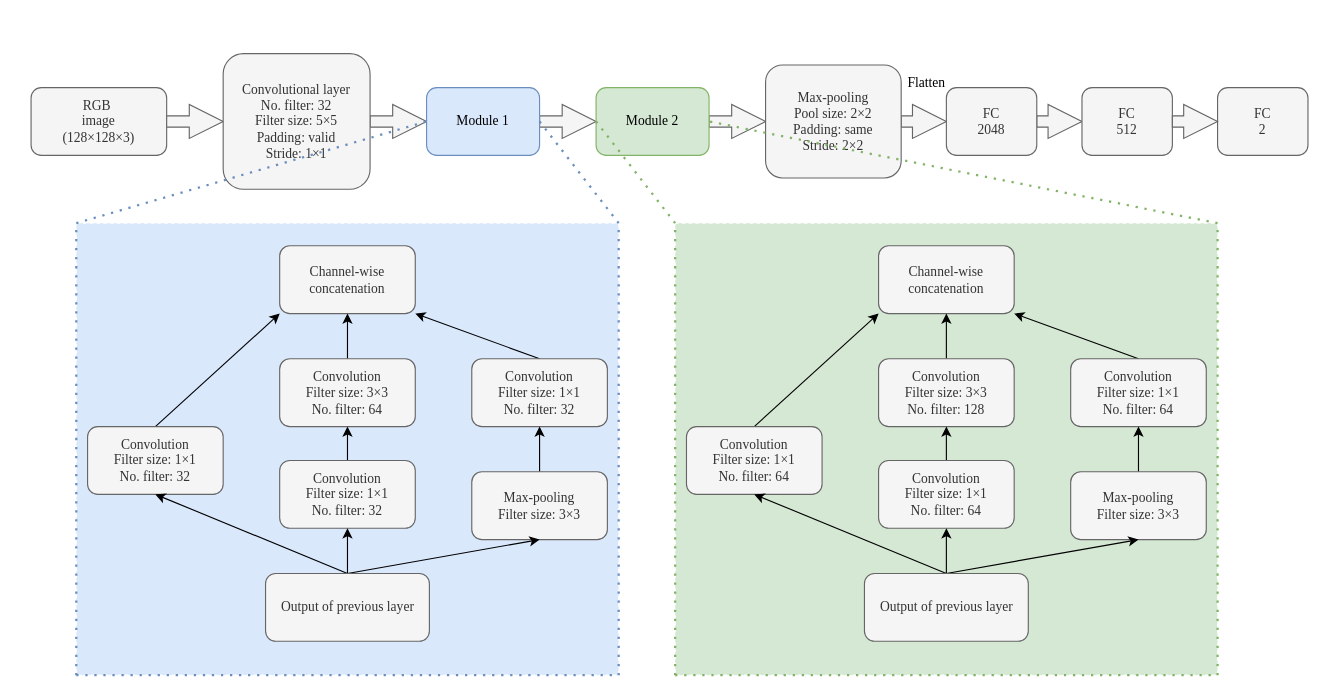
CharmonyShen/text-to-speech keeps this draw.io diagram as cv.drawio. Above is the earlier version. Source tidied: cells renumbered, new cells numbered last; positions are measured from the earlier drawing's top-left corner, leaving out a move shared by most shapes. Both pictures are drawn from the tidied source at 113%, with x=0, y=0 at pixel (31, 53).
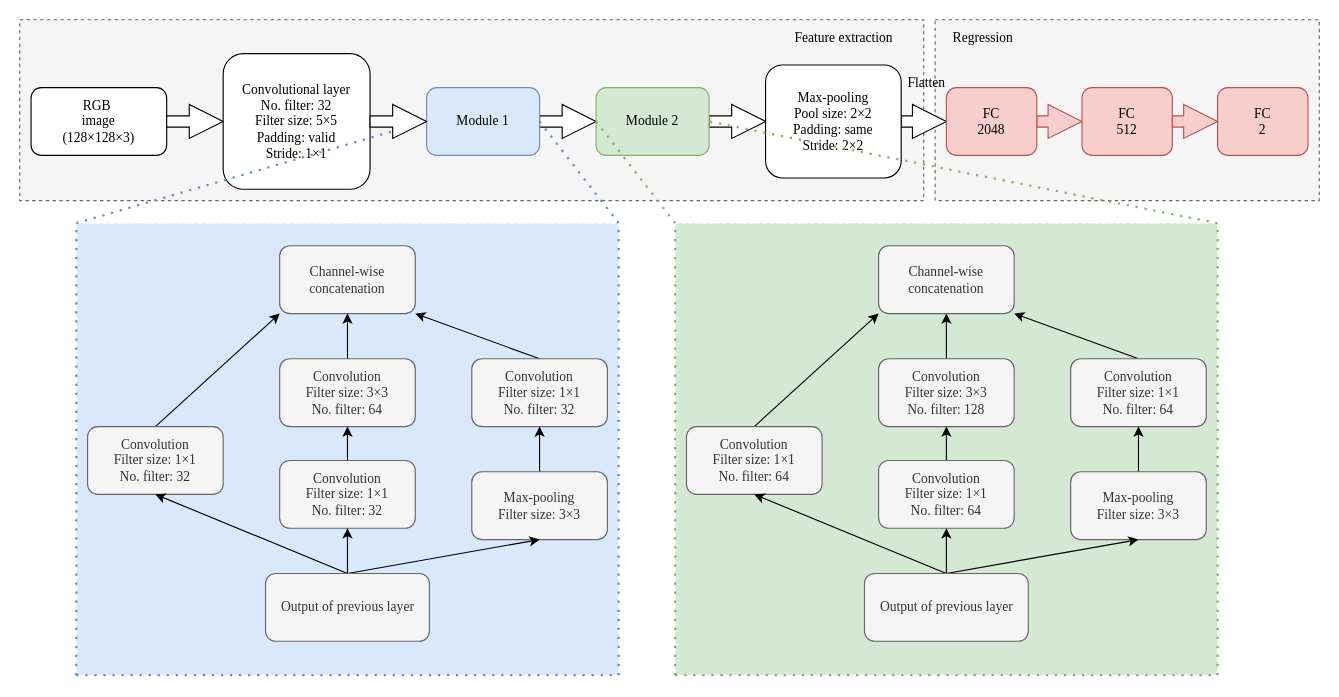
The same page after the edit.

The change refers to these unchanged cells:
```xml
<mxCell id="9" value="Module 1" style="rounded=1;whiteSpace=wrap;html=1;fontFamily=Times New Roman;fillColor=#dae8fc;strokeColor=#6c8ebf;" parent="1" vertex="1">
  <mxGeometry x="350" y="30" width="100" height="60" as="geometry" />
</mxCell>
<mxCell id="11" value="Module 2" style="rounded=1;whiteSpace=wrap;html=1;fontFamily=Times New Roman;fillColor=#d5e8d4;strokeColor=#82b366;" parent="1" vertex="1">
  <mxGeometry x="500" y="30" width="100" height="60" as="geometry" />
</mxCell>
```

Change to the diagram source:
```diff
@@
+    <mxCell id="60" style="rounded=0;whiteSpace=wrap;html=1;dashed=1;fillColor=#f5f5f5;fontColor=#333333;strokeColor=#666666;" parent="1" vertex="1">
+      <mxGeometry x="-10" y="-30" width="800" height="160" as="geometry" />
+    </mxCell>
+    <mxCell id="61" style="rounded=0;whiteSpace=wrap;html=1;dashed=1;fillColor=#f5f5f5;fontColor=#333333;strokeColor=#666666;" parent="1" vertex="1">
+      <mxGeometry x="800" y="-30" width="340" height="160" as="geometry" />
+    </mxCell>
@@
-    <mxCell id="4" value="&lt;font face=&quot;Times New Roman&quot;&gt;RGB&amp;nbsp;&lt;br&gt;image&lt;br&gt;(128×128×3)&lt;/font&gt;" style="rounded=1;whiteSpace=wrap;html=1;fillColor=#f5f5f5;fontColor=#333333;strokeColor=#666666;" parent="1" vertex="1">
+    <mxCell id="4" value="&lt;font face=&quot;Times New Roman&quot;&gt;RGB&amp;nbsp;&lt;br&gt;image&lt;br&gt;(128×128×3)&lt;/font&gt;" style="rounded=1;whiteSpace=wrap;html=1;" parent="1" vertex="1">
       <mxGeometry y="30" width="120" height="60" as="geometry" />
     </mxCell>
-    <mxCell id="5" style="shape=arrow;endArrow=classic;html=1;rounded=0;exitX=1;exitY=0.5;exitDx=0;exitDy=0;fillColor=#f5f5f5;strokeColor=#666666;" parent="1" edge="1" source="4">
+    <mxCell id="5" style="shape=arrow;endArrow=classic;html=1;rounded=0;exitX=1;exitY=0.5;exitDx=0;exitDy=0;fillColor=default;" parent="1" edge="1" source="4">
       <mxGeometry relative="1" as="geometry">
         <mxPoint x="170" y="60" as="targetPoint" />
       </mxGeometry>
     </mxCell>
-    <mxCell id="6" style="edgeStyle=orthogonalEdgeStyle;shape=arrow;rounded=0;jettySize=auto;html=1;exitX=1;exitY=0.5;exitDx=0;exitDy=0;fontFamily=Times New Roman;fillColor=#f5f5f5;strokeColor=#666666;" parent="1" edge="1" source="7">
-      <mxGeometry relative="1" as="geometry">
-        <mxPoint x="350" y="60" as="targetPoint" />
-      </mxGeometry>
-    </mxCell>
-    <mxCell id="7" value="&lt;font face=&quot;Times New Roman&quot;&gt;Convolutional layer&lt;br&gt;No. filter: 32&lt;br&gt;Filter size: 5×5&lt;br&gt;Padding: valid&lt;br&gt;Stride: 1×1&lt;/font&gt;" style="rounded=1;whiteSpace=wrap;html=1;fillColor=#f5f5f5;fontColor=#333333;strokeColor=#666666;" parent="1" vertex="1">
+    <mxCell id="7" value="&lt;font face=&quot;Times New Roman&quot;&gt;Convolutional layer&lt;br&gt;No. filter: 32&lt;br&gt;Filter size: 5×5&lt;br&gt;Padding: valid&lt;br&gt;Stride: 1×1&lt;/font&gt;" style="rounded=1;whiteSpace=wrap;html=1;" parent="1" vertex="1">
       <mxGeometry x="170" width="130" height="120" as="geometry" />
     </mxCell>
-    <mxCell id="8" style="edgeStyle=orthogonalEdgeStyle;shape=arrow;rounded=0;jettySize=auto;html=1;exitX=1;exitY=0.5;exitDx=0;exitDy=0;fontFamily=Times New Roman;fillColor=#f5f5f5;strokeColor=#666666;" parent="1" edge="1" source="9" target="11">
+    <mxCell id="8" style="edgeStyle=orthogonalEdgeStyle;shape=arrow;rounded=0;jettySize=auto;html=1;exitX=1;exitY=0.5;exitDx=0;exitDy=0;fontFamily=Times New Roman;fillColor=default;" parent="1" edge="1" source="9" target="11">
       <mxGeometry relative="1" as="geometry" />
     </mxCell>
@@
-    <mxCell id="10" style="edgeStyle=orthogonalEdgeStyle;shape=arrow;rounded=0;jettySize=auto;html=1;exitX=1;exitY=0.5;exitDx=0;exitDy=0;fontFamily=Times New Roman;fillColor=#f5f5f5;strokeColor=#666666;" parent="1" edge="1" source="11" target="13">
+    <mxCell id="10" style="edgeStyle=orthogonalEdgeStyle;shape=arrow;rounded=0;jettySize=auto;html=1;exitX=1;exitY=0.5;exitDx=0;exitDy=0;fontFamily=Times New Roman;fillColor=default;" parent="1" edge="1" source="11" target="13">
       <mxGeometry relative="1" as="geometry" />
     </mxCell>
@@
-    <mxCell id="12" style="edgeStyle=orthogonalEdgeStyle;shape=arrow;rounded=0;jettySize=auto;html=1;exitX=1;exitY=0.5;exitDx=0;exitDy=0;fontFamily=Times New Roman;fillColor=#f5f5f5;strokeColor=#666666;" parent="1" edge="1" source="13" target="15">
+    <mxCell id="12" style="edgeStyle=orthogonalEdgeStyle;shape=arrow;rounded=0;jettySize=auto;html=1;exitX=1;exitY=0.5;exitDx=0;exitDy=0;fontFamily=Times New Roman;fillColor=default;" parent="1" edge="1" source="13" target="15">
       <mxGeometry relative="1" as="geometry">
         <Array as="points">
           <mxPoint x="810" y="60" />
           <mxPoint x="810" y="60" />
         </Array>
       </mxGeometry>
     </mxCell>
-    <mxCell id="13" value="Max-pooling&lt;br&gt;Pool size: 2×2&lt;br&gt;Padding: same&lt;br&gt;Stride: 2×2" style="rounded=1;whiteSpace=wrap;html=1;fontFamily=Times New Roman;fillColor=#f5f5f5;fontColor=#333333;strokeColor=#666666;" parent="1" vertex="1">
+    <mxCell id="13" value="Max-pooling&lt;br&gt;Pool size: 2×2&lt;br&gt;Padding: same&lt;br&gt;Stride: 2×2" style="rounded=1;whiteSpace=wrap;html=1;fontFamily=Times New Roman;" parent="1" vertex="1">
       <mxGeometry x="650" y="10" width="120" height="100" as="geometry" />
     </mxCell>
-    <mxCell id="14" style="edgeStyle=orthogonalEdgeStyle;shape=arrow;rounded=0;jettySize=auto;html=1;exitX=1;exitY=0.5;exitDx=0;exitDy=0;fontFamily=Times New Roman;entryX=0;entryY=0.5;entryDx=0;entryDy=0;fillColor=#f5f5f5;strokeColor=#666666;" parent="1" edge="1" source="15" target="16">
+    <mxCell id="14" style="edgeStyle=orthogonalEdgeStyle;shape=arrow;rounded=0;jettySize=auto;html=1;exitX=1;exitY=0.5;exitDx=0;exitDy=0;fontFamily=Times New Roman;entryX=0;entryY=0.5;entryDx=0;entryDy=0;fillColor=#f8cecc;strokeColor=#b85450;" parent="1" edge="1" source="15" target="16">
       <mxGeometry relative="1" as="geometry" />
     </mxCell>
-    <mxCell id="15" value="FC&lt;br&gt;2048" style="rounded=1;whiteSpace=wrap;html=1;fontFamily=Times New Roman;fillColor=#f5f5f5;fontColor=#333333;strokeColor=#666666;" parent="1" vertex="1">
+    <mxCell id="15" value="FC&lt;br&gt;2048" style="rounded=1;whiteSpace=wrap;html=1;fontFamily=Times New Roman;fillColor=#f8cecc;strokeColor=#b85450;" parent="1" vertex="1">
       <mxGeometry x="810" y="30" width="80" height="60" as="geometry" />
     </mxCell>
-    <mxCell id="16" value="FC&lt;br&gt;512" style="rounded=1;whiteSpace=wrap;html=1;fontFamily=Times New Roman;fillColor=#f5f5f5;fontColor=#333333;strokeColor=#666666;" parent="1" vertex="1">
+    <mxCell id="16" value="FC&lt;br&gt;512" style="rounded=1;whiteSpace=wrap;html=1;fontFamily=Times New Roman;fillColor=#f8cecc;strokeColor=#b85450;" parent="1" vertex="1">
       <mxGeometry x="930" y="30" width="80" height="60" as="geometry" />
     </mxCell>
@@
+    <mxCell id="62" style="edgeStyle=orthogonalEdgeStyle;rounded=0;jettySize=auto;html=1;" parent="1" edge="1" source="58" target="16">
+      <mxGeometry relative="1" as="geometry" />
+    </mxCell>
-    <mxCell id="58" value="FC&lt;br&gt;2" style="rounded=1;whiteSpace=wrap;html=1;fontFamily=Times New Roman;fillColor=#f5f5f5;fontColor=#333333;strokeColor=#666666;" parent="1" vertex="1">
+    <mxCell id="58" value="FC&lt;br&gt;2" style="rounded=1;whiteSpace=wrap;html=1;fontFamily=Times New Roman;fillColor=#f8cecc;strokeColor=#b85450;" parent="1" vertex="1">
       <mxGeometry x="1050" y="30" width="80" height="60" as="geometry" />
     </mxCell>
-    <mxCell id="59" style="edgeStyle=orthogonalEdgeStyle;shape=arrow;rounded=0;orthogonalLoop=1;jettySize=auto;html=1;exitX=1;exitY=0.5;exitDx=0;exitDy=0;fontFamily=Times New Roman;fillColor=#f5f5f5;strokeColor=#666666;" parent="1" edge="1">
+    <mxCell id="59" style="edgeStyle=orthogonalEdgeStyle;shape=arrow;rounded=0;orthogonalLoop=1;jettySize=auto;html=1;exitX=1;exitY=0.5;exitDx=0;exitDy=0;fontFamily=Times New Roman;fillColor=#f8cecc;strokeColor=#b85450;" parent="1" edge="1">
       <mxGeometry relative="1" as="geometry">
         <mxPoint x="1010" y="60" as="sourcePoint" />
         <mxPoint x="1050" y="60" as="targetPoint" />
         <Array as="points">
           <mxPoint x="1010" y="40" />
           <mxPoint x="1060" y="40" />
         </Array>
       </mxGeometry>
     </mxCell>
+    <mxCell id="6" style="edgeStyle=orthogonalEdgeStyle;shape=arrow;rounded=0;jettySize=auto;html=1;exitX=1;exitY=0.5;exitDx=0;exitDy=0;fontFamily=Times New Roman;fillColor=default;" parent="1" edge="1" source="7">
+      <mxGeometry relative="1" as="geometry">
+        <mxPoint x="350" y="60" as="targetPoint" />
+      </mxGeometry>
+    </mxCell>
+    <mxCell id="63" value="Feature extraction" style="text;strokeColor=none;fillColor=none;align=left;verticalAlign=middle;spacingLeft=4;spacingRight=4;overflow=hidden;fontFamily=Times New Roman;" parent="1" vertex="1">
+      <mxGeometry x="670" y="-30" width="120" height="30" as="geometry" />
+    </mxCell>
+    <mxCell id="64" value="Regression" style="text;strokeColor=none;fillColor=none;align=left;verticalAlign=middle;spacingLeft=4;spacingRight=4;overflow=hidden;fontFamily=Times New Roman;" parent="1" vertex="1">
+      <mxGeometry x="810" y="-30" width="120" height="30" as="geometry" />
+    </mxCell>
```
